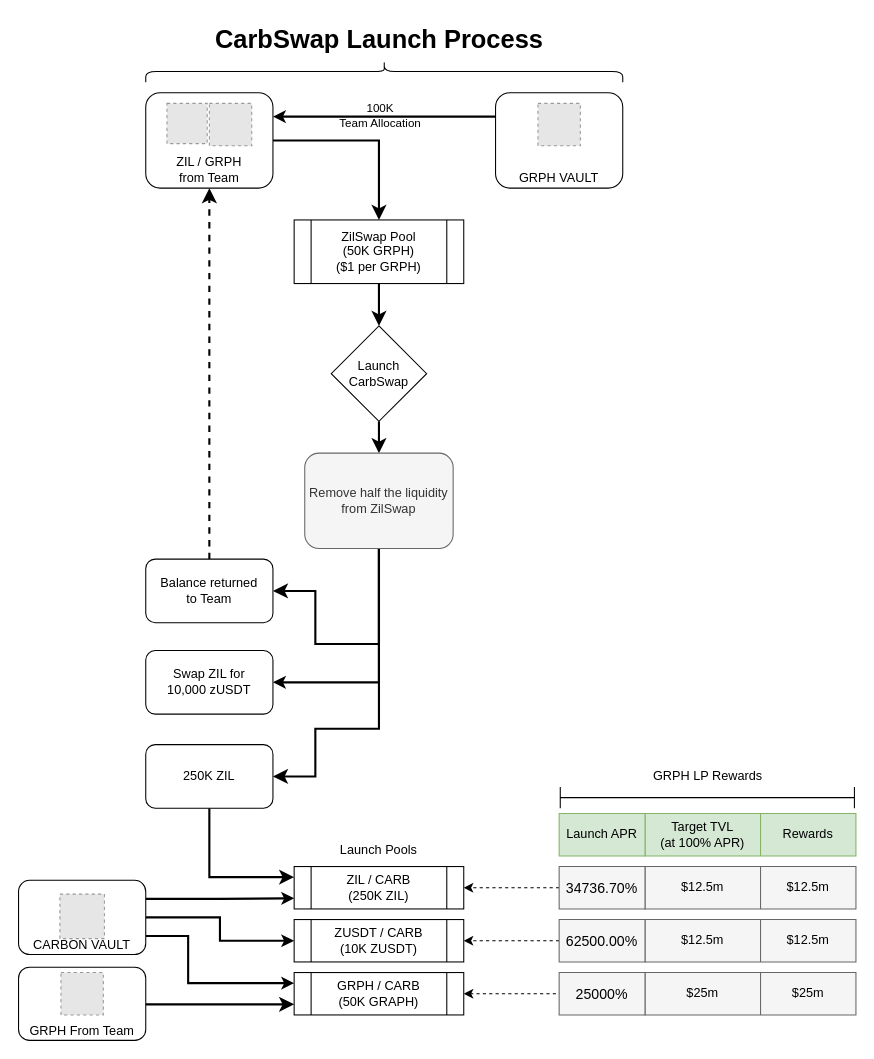
Above: carbswapflow.drawio in Carbon-Labs/Diagrams (draw.io), before the change. Source tidied: cells renumbered, new cells numbered last; positions are measured from the earlier drawing's top-left corner, leaving out a move shared by most shapes. Both pictures are drawn from the tidied source at 106%, with x=0, y=0 at pixel (18, -167). Pictures stored in the file or linked from it are replaced by grey dashed boxes.
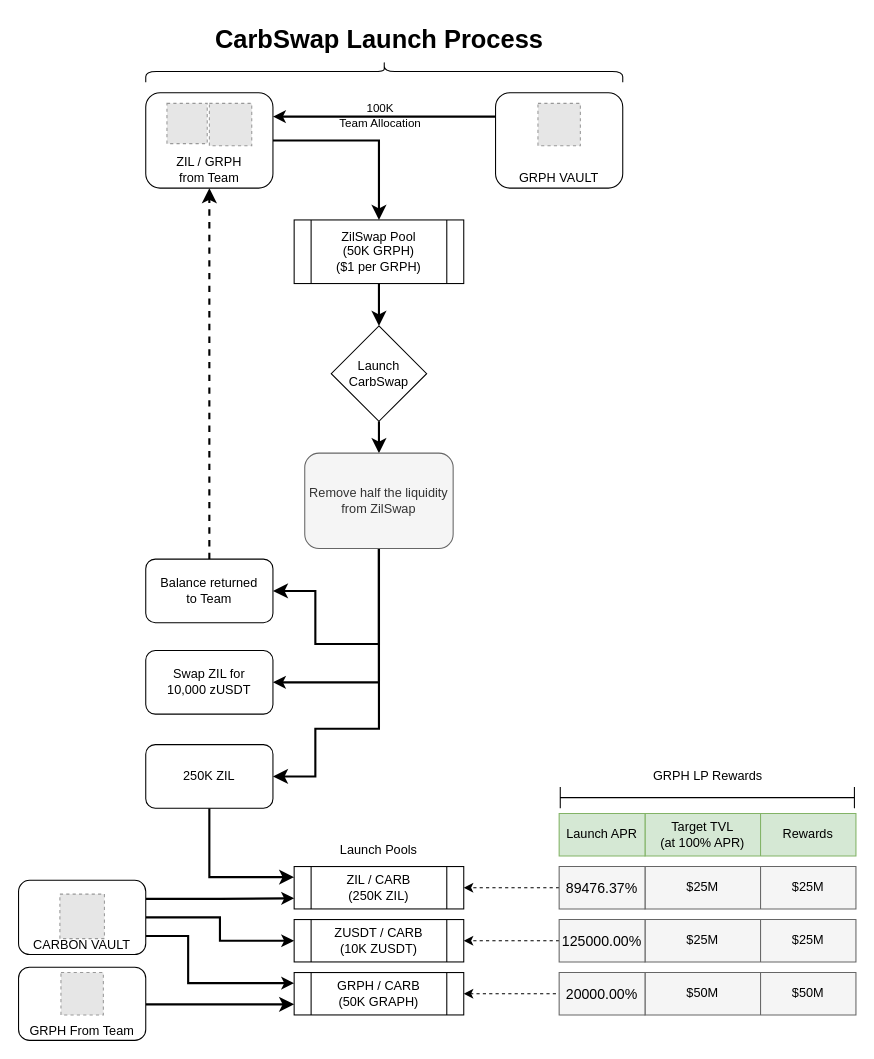
The same diagram, later.

The change refers to these unchanged cells:
```xml
<mxCell id="38" style="shape=partialRectangle;fillColor=none;top=0;left=0;bottom=0;right=0;points=[[0,0.5],[1,0.5]];portConstraint=eastwest;rounded=0;shadow=0;strokeColor=default;" parent="37" vertex="1">
  <mxGeometry width="199" height="40" as="geometry" />
</mxCell>
<mxCell id="43" style="shape=partialRectangle;fillColor=none;top=0;left=0;bottom=0;right=0;points=[[0,0.5],[1,0.5]];portConstraint=eastwest;rounded=0;shadow=0;strokeColor=default;" parent="42" vertex="1">
  <mxGeometry width="199" height="40" as="geometry" />
</mxCell>
<mxCell id="47" style="shape=partialRectangle;fillColor=none;top=0;left=0;bottom=0;right=0;points=[[0,0.5],[1,0.5]];portConstraint=eastwest;rounded=0;shadow=0;strokeColor=default;" parent="46" vertex="1">
  <mxGeometry width="199" height="40" as="geometry" />
</mxCell>
<mxCell id="55" style="shape=partialRectangle;fillColor=none;top=0;left=0;bottom=0;right=0;" parent="54" vertex="1">
  <mxGeometry width="81" height="40" as="geometry" />
</mxCell>
<mxCell id="63" style="shape=partialRectangle;fillColor=none;top=0;left=0;bottom=0;right=0;" parent="62" vertex="1">
  <mxGeometry width="81" height="40" as="geometry" />
</mxCell>
<mxCell id="68" style="shape=partialRectangle;fillColor=none;top=0;left=0;bottom=0;right=0;" parent="67" vertex="1">
  <mxGeometry width="81" height="40" as="geometry" />
</mxCell>
```

What changed in the source:
```diff
@@
-    <mxCell id="39" value="$12.5m" style="shape=partialRectangle;html=1;whiteSpace=wrap;overflow=hidden;fillColor=none;top=0;left=0;bottom=0;right=0;rounded=0;shadow=0;strokeColor=default;" parent="38" vertex="1">
+    <mxCell id="39" value="$25M" style="shape=partialRectangle;html=1;whiteSpace=wrap;overflow=hidden;fillColor=none;top=0;left=0;bottom=0;right=0;rounded=0;shadow=0;strokeColor=default;" parent="38" vertex="1">
       <mxGeometry width="109" height="40" as="geometry" />
     </mxCell>
-    <mxCell id="40" value="$12.5m" style="shape=partialRectangle;html=1;whiteSpace=wrap;overflow=hidden;fillColor=none;top=0;left=0;bottom=0;right=0;rounded=0;shadow=0;strokeColor=default;" parent="38" vertex="1">
+    <mxCell id="40" value="$25M" style="shape=partialRectangle;html=1;whiteSpace=wrap;overflow=hidden;fillColor=none;top=0;left=0;bottom=0;right=0;rounded=0;shadow=0;strokeColor=default;" parent="38" vertex="1">
       <mxGeometry x="109" width="90" height="40" as="geometry" />
     </mxCell>
@@
-    <mxCell id="44" value="$12.5m" style="shape=partialRectangle;html=1;whiteSpace=wrap;overflow=hidden;fillColor=none;top=0;left=0;bottom=0;right=0;rounded=0;shadow=0;strokeColor=default;" parent="43" vertex="1">
+    <mxCell id="44" value="$25M" style="shape=partialRectangle;html=1;whiteSpace=wrap;overflow=hidden;fillColor=none;top=0;left=0;bottom=0;right=0;rounded=0;shadow=0;strokeColor=default;" parent="43" vertex="1">
       <mxGeometry width="109" height="40" as="geometry" />
     </mxCell>
-    <mxCell id="45" value="$12.5m" style="shape=partialRectangle;html=1;whiteSpace=wrap;overflow=hidden;fillColor=none;top=0;left=0;bottom=0;right=0;rounded=0;shadow=0;strokeColor=default;" parent="43" vertex="1">
+    <mxCell id="45" value="$25M" style="shape=partialRectangle;html=1;whiteSpace=wrap;overflow=hidden;fillColor=none;top=0;left=0;bottom=0;right=0;rounded=0;shadow=0;strokeColor=default;" parent="43" vertex="1">
       <mxGeometry x="109" width="90" height="40" as="geometry" />
     </mxCell>
@@
-    <mxCell id="48" value="$25m" style="shape=partialRectangle;html=1;whiteSpace=wrap;overflow=hidden;fillColor=none;top=0;left=0;bottom=0;right=0;rounded=0;shadow=0;strokeColor=default;" parent="47" vertex="1">
+    <mxCell id="48" value="$50M" style="shape=partialRectangle;html=1;whiteSpace=wrap;overflow=hidden;fillColor=none;top=0;left=0;bottom=0;right=0;rounded=0;shadow=0;strokeColor=default;" parent="47" vertex="1">
       <mxGeometry width="109" height="40" as="geometry" />
     </mxCell>
-    <mxCell id="49" value="$25m" style="shape=partialRectangle;html=1;whiteSpace=wrap;overflow=hidden;fillColor=none;top=0;left=0;bottom=0;right=0;rounded=0;shadow=0;strokeColor=default;" parent="47" vertex="1">
+    <mxCell id="49" value="$50M" style="shape=partialRectangle;html=1;whiteSpace=wrap;overflow=hidden;fillColor=none;top=0;left=0;bottom=0;right=0;rounded=0;shadow=0;strokeColor=default;" parent="47" vertex="1">
       <mxGeometry x="109" width="90" height="40" as="geometry" />
     </mxCell>
@@
-    <mxCell id="56" value="&lt;span style=&quot;font-size: 10pt ; font-family: &amp;#34;arial&amp;#34; ; text-align: right&quot;&gt;34736.70%&lt;/span&gt;" style="shape=partialRectangle;html=1;whiteSpace=wrap;overflow=hidden;fillColor=none;top=0;left=0;bottom=0;right=0;" parent="55" vertex="1">
+    <mxCell id="56" value="&lt;span style=&quot;font-size: 10pt ; font-family: &amp;#34;arial&amp;#34; ; text-align: right&quot;&gt;89476.37%&lt;/span&gt;" style="shape=partialRectangle;html=1;whiteSpace=wrap;overflow=hidden;fillColor=none;top=0;left=0;bottom=0;right=0;" parent="55" vertex="1">
       <mxGeometry width="81" height="40" as="geometry" />
     </mxCell>
@@
-    <mxCell id="64" value="&lt;span style=&quot;font-size: 10pt ; font-family: &amp;#34;arial&amp;#34; ; text-align: right&quot;&gt;62500.00%&lt;/span&gt;" style="shape=partialRectangle;html=1;whiteSpace=wrap;overflow=hidden;fillColor=none;top=0;left=0;bottom=0;right=0;" parent="63" vertex="1">
+    <mxCell id="64" value="&lt;span style=&quot;font-size: 10pt ; font-family: &amp;#34;arial&amp;#34; ; text-align: right&quot;&gt;125000.00%&lt;/span&gt;" style="shape=partialRectangle;html=1;whiteSpace=wrap;overflow=hidden;fillColor=none;top=0;left=0;bottom=0;right=0;" parent="63" vertex="1">
       <mxGeometry width="81" height="40" as="geometry" />
     </mxCell>
@@
-    <mxCell id="69" value="&lt;span style=&quot;font-size: 10pt ; font-family: &amp;#34;arial&amp;#34; ; text-align: right&quot;&gt;25000%&lt;/span&gt;" style="shape=partialRectangle;html=1;whiteSpace=wrap;overflow=hidden;fillColor=none;top=0;left=0;bottom=0;right=0;" parent="68" vertex="1">
+    <mxCell id="69" value="&lt;span style=&quot;font-size: 10pt ; font-family: &amp;#34;arial&amp;#34; ; text-align: right&quot;&gt;20000.00%&lt;/span&gt;" style="shape=partialRectangle;html=1;whiteSpace=wrap;overflow=hidden;fillColor=none;top=0;left=0;bottom=0;right=0;" parent="68" vertex="1">
       <mxGeometry width="81" height="40" as="geometry" />
     </mxCell>
```
